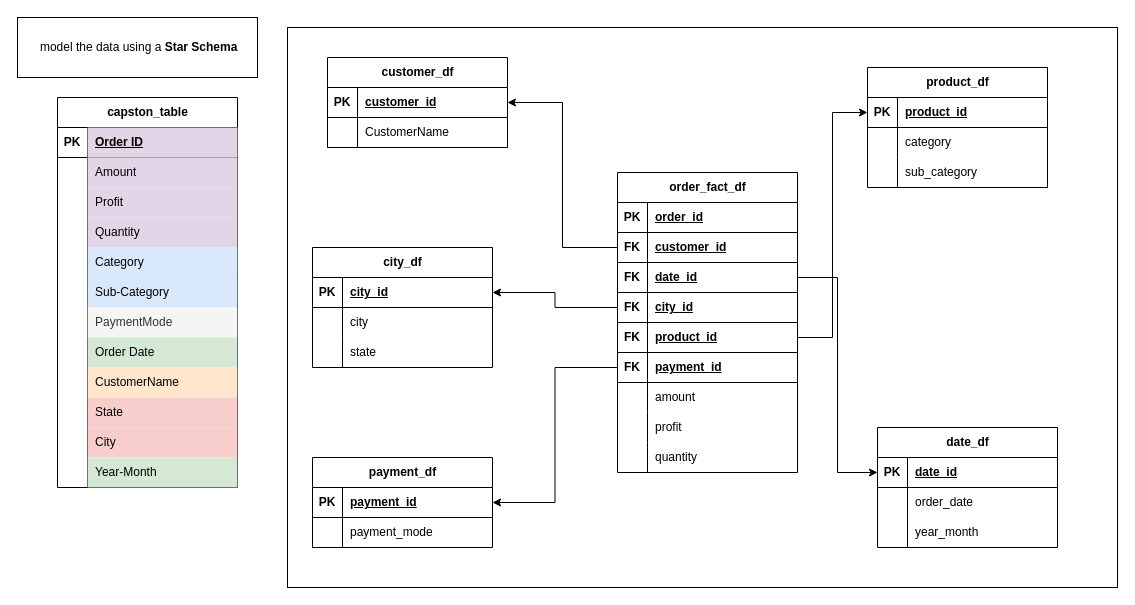
Above: page "Page-1" (1 of 2) of ModelDiagram.drawio in Lekwacious-dev/capstone_project (draw.io), before the change. Source tidied: cells renumbered, new cells numbered last; positions are measured from the earlier drawing's top-left corner, leaving out a move shared by most shapes. Both pictures are drawn from the tidied source at 100%, with x=0, y=0 at pixel (17, 17).
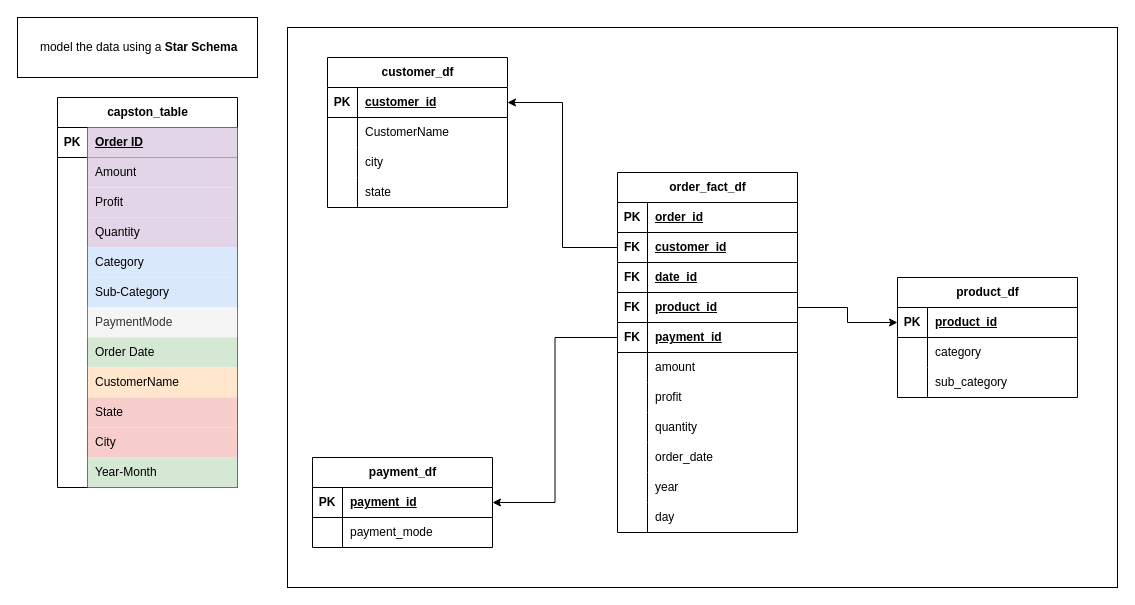
The same page after the edit.

Commit message (it also covers changes not shown here):
Updated ERD model and Table Normalisation, cleaned data update

The change refers to these unchanged cells:
```xml
<mxCell id="92" style="shape=tableRow;horizontal=0;startSize=0;swimlaneHead=0;swimlaneBody=0;fillColor=none;points=[[0,0.5],[1,0.5]];portConstraint=eastwest;top=0;left=0;right=0;bottom=1;" parent="85" vertex="1">
  <mxGeometry y="90" width="180" height="30" as="geometry" />
</mxCell>
```

What changed in the source:
```diff
@@
     <mxCell id="40" value="product_df" style="shape=table;startSize=30;childLayout=tableLayout;rowLines=0;fontStyle=1;align=center;html=1;" parent="1" vertex="1">
-      <mxGeometry x="850" y="50" width="180" height="120" as="geometry" />
+      <mxGeometry x="880" y="260" width="180" height="120" as="geometry" />
     </mxCell>
@@
-    <mxCell id="50" value="city_df" style="shape=table;startSize=30;childLayout=tableLayout;rowLines=0;fontStyle=1;align=center;html=1;" parent="1" vertex="1">
-      <mxGeometry x="295" y="230" width="180" height="120" as="geometry" />
-    </mxCell>
-    <mxCell id="51" style="shape=tableRow;horizontal=0;startSize=0;swimlaneHead=0;swimlaneBody=0;fillColor=none;points=[[0,0.5],[1,0.5]];portConstraint=eastwest;top=0;left=0;right=0;bottom=1;" parent="50" vertex="1">
-      <mxGeometry y="30" width="180" height="30" as="geometry" />
-    </mxCell>
-    <mxCell id="52" value="PK" style="shape=partialRectangle;fillColor=none;top=0;left=0;bottom=0;right=0;fontStyle=1;overflow=hidden;whiteSpace=wrap;html=1;" parent="51" vertex="1">
-      <mxGeometry width="30" height="30" as="geometry" />
-    </mxCell>
-    <mxCell id="53" value="city_id" style="shape=partialRectangle;fillColor=none;top=0;left=0;bottom=0;right=0;align=left;spacingLeft=6;fontStyle=5;overflow=hidden;whiteSpace=wrap;html=1;" parent="51" vertex="1">
-      <mxGeometry x="30" width="150" height="30" as="geometry" />
-    </mxCell>
-    <mxCell id="54" style="shape=tableRow;horizontal=0;startSize=0;swimlaneHead=0;swimlaneBody=0;fillColor=none;top=0;left=0;right=0;bottom=0;" parent="50" vertex="1">
-      <mxGeometry y="60" width="180" height="30" as="geometry" />
-    </mxCell>
-    <mxCell id="55" style="shape=partialRectangle;fillColor=none;top=0;left=0;bottom=0;right=0;overflow=hidden;whiteSpace=wrap;html=1;" parent="54" vertex="1">
-      <mxGeometry width="30" height="30" as="geometry" />
-    </mxCell>
-    <mxCell id="56" value="city" style="shape=partialRectangle;fillColor=none;top=0;left=0;bottom=0;right=0;align=left;spacingLeft=6;overflow=hidden;whiteSpace=wrap;html=1;" parent="54" vertex="1">
-      <mxGeometry x="30" width="150" height="30" as="geometry" />
-    </mxCell>
-    <mxCell id="57" style="shape=tableRow;horizontal=0;startSize=0;swimlaneHead=0;swimlaneBody=0;fillColor=none;top=0;left=0;right=0;bottom=0;" parent="50" vertex="1">
-      <mxGeometry y="90" width="180" height="30" as="geometry" />
-    </mxCell>
-    <mxCell id="58" style="shape=partialRectangle;fillColor=none;top=0;left=0;bottom=0;right=0;overflow=hidden;whiteSpace=wrap;html=1;" parent="57" vertex="1">
-      <mxGeometry width="30" height="30" as="geometry" />
-    </mxCell>
-    <mxCell id="59" value="state" style="shape=partialRectangle;fillColor=none;top=0;left=0;bottom=0;right=0;align=left;spacingLeft=6;overflow=hidden;whiteSpace=wrap;html=1;" parent="57" vertex="1">
-      <mxGeometry x="30" width="150" height="30" as="geometry" />
-    </mxCell>
@@
     <mxCell id="61" value="customer_df" style="shape=table;startSize=30;childLayout=tableLayout;rowLines=0;fontStyle=1;align=center;html=1;" parent="1" vertex="1">
-      <mxGeometry x="310" y="40" width="180" height="90" as="geometry" />
+      <mxGeometry x="310" y="40" width="180" height="150" as="geometry" />
     </mxCell>
@@
-    <mxCell id="68" value="date_df" style="shape=table;startSize=30;childLayout=tableLayout;rowLines=0;fontStyle=1;align=center;html=1;" parent="1" vertex="1">
-      <mxGeometry x="860" y="410" width="180" height="120" as="geometry" />
-    </mxCell>
-    <mxCell id="69" style="shape=tableRow;horizontal=0;startSize=0;swimlaneHead=0;swimlaneBody=0;fillColor=none;points=[[0,0.5],[1,0.5]];portConstraint=eastwest;top=0;left=0;right=0;bottom=1;" parent="68" vertex="1">
-      <mxGeometry y="30" width="180" height="30" as="geometry" />
-    </mxCell>
-    <mxCell id="70" value="PK" style="shape=partialRectangle;fillColor=none;top=0;left=0;bottom=0;right=0;fontStyle=1;overflow=hidden;whiteSpace=wrap;html=1;" parent="69" vertex="1">
-      <mxGeometry width="30" height="30" as="geometry" />
-    </mxCell>
-    <mxCell id="71" value="date_id" style="shape=partialRectangle;fillColor=none;top=0;left=0;bottom=0;right=0;align=left;spacingLeft=6;fontStyle=5;overflow=hidden;whiteSpace=wrap;html=1;" parent="69" vertex="1">
-      <mxGeometry x="30" width="150" height="30" as="geometry" />
-    </mxCell>
-    <mxCell id="72" style="shape=tableRow;horizontal=0;startSize=0;swimlaneHead=0;swimlaneBody=0;fillColor=none;top=0;left=0;right=0;bottom=0;" parent="68" vertex="1">
-      <mxGeometry y="60" width="180" height="30" as="geometry" />
-    </mxCell>
-    <mxCell id="73" style="shape=partialRectangle;fillColor=none;top=0;left=0;bottom=0;right=0;overflow=hidden;whiteSpace=wrap;html=1;" parent="72" vertex="1">
-      <mxGeometry width="30" height="30" as="geometry" />
-    </mxCell>
-    <mxCell id="74" value="order_date" style="shape=partialRectangle;fillColor=none;top=0;left=0;bottom=0;right=0;align=left;spacingLeft=6;overflow=hidden;whiteSpace=wrap;html=1;" parent="72" vertex="1">
-      <mxGeometry x="30" width="150" height="30" as="geometry" />
-    </mxCell>
-    <mxCell id="75" style="shape=tableRow;horizontal=0;startSize=0;swimlaneHead=0;swimlaneBody=0;fillColor=none;top=0;left=0;right=0;bottom=0;" parent="68" vertex="1">
-      <mxGeometry y="90" width="180" height="30" as="geometry" />
-    </mxCell>
-    <mxCell id="76" style="shape=partialRectangle;fillColor=none;top=0;left=0;bottom=0;right=0;overflow=hidden;whiteSpace=wrap;html=1;" parent="75" vertex="1">
-      <mxGeometry width="30" height="30" as="geometry" />
-    </mxCell>
-    <mxCell id="77" value="year_month" style="shape=partialRectangle;fillColor=none;top=0;left=0;bottom=0;right=0;align=left;spacingLeft=6;overflow=hidden;whiteSpace=wrap;html=1;" parent="75" vertex="1">
-      <mxGeometry x="30" width="150" height="30" as="geometry" />
-    </mxCell>
+    <mxCell id="118" style="shape=tableRow;horizontal=0;startSize=0;swimlaneHead=0;swimlaneBody=0;fillColor=none;top=0;left=0;right=0;bottom=0;" parent="61" vertex="1">
+      <mxGeometry y="90" width="180" height="30" as="geometry" />
+    </mxCell>
+    <mxCell id="119" style="shape=partialRectangle;fillColor=none;top=0;left=0;bottom=0;right=0;overflow=hidden;whiteSpace=wrap;html=1;" parent="118" vertex="1">
+      <mxGeometry width="30" height="30" as="geometry" />
+    </mxCell>
+    <mxCell id="56" value="city" style="shape=partialRectangle;fillColor=none;top=0;left=0;bottom=0;right=0;align=left;spacingLeft=6;overflow=hidden;whiteSpace=wrap;html=1;" parent="118" vertex="1">
+      <mxGeometry x="30" width="150" height="30" as="geometry" />
+    </mxCell>
+    <mxCell id="120" style="shape=tableRow;horizontal=0;startSize=0;swimlaneHead=0;swimlaneBody=0;fillColor=none;top=0;left=0;right=0;bottom=0;" parent="61" vertex="1">
+      <mxGeometry y="120" width="180" height="30" as="geometry" />
+    </mxCell>
+    <mxCell id="121" style="shape=partialRectangle;fillColor=none;top=0;left=0;bottom=0;right=0;overflow=hidden;whiteSpace=wrap;html=1;" parent="120" vertex="1">
+      <mxGeometry width="30" height="30" as="geometry" />
+    </mxCell>
+    <mxCell id="59" value="state" style="shape=partialRectangle;fillColor=none;top=0;left=0;bottom=0;right=0;align=left;spacingLeft=6;overflow=hidden;whiteSpace=wrap;html=1;" parent="120" vertex="1">
+      <mxGeometry x="30" width="150" height="30" as="geometry" />
+    </mxCell>
@@
     <mxCell id="85" value="order_fact_df" style="shape=table;startSize=30;childLayout=tableLayout;rowLines=0;fontStyle=1;align=center;html=1;" parent="1" vertex="1">
-      <mxGeometry x="600" y="155" width="180" height="300" as="geometry" />
+      <mxGeometry x="600" y="155" width="180" height="360" as="geometry" />
     </mxCell>
@@
-    <mxCell id="95" style="shape=tableRow;horizontal=0;startSize=0;swimlaneHead=0;swimlaneBody=0;fillColor=none;points=[[0,0.5],[1,0.5]];portConstraint=eastwest;top=0;left=0;right=0;bottom=1;" parent="85" vertex="1">
-      <mxGeometry y="120" width="180" height="30" as="geometry" />
-    </mxCell>
-    <mxCell id="96" value="FK" style="shape=partialRectangle;fillColor=none;top=0;left=0;bottom=0;right=0;fontStyle=1;overflow=hidden;whiteSpace=wrap;html=1;" parent="95" vertex="1">
-      <mxGeometry width="30" height="30" as="geometry" />
-    </mxCell>
-    <mxCell id="97" value="city_id" style="shape=partialRectangle;fillColor=none;top=0;left=0;bottom=0;right=0;align=left;spacingLeft=6;fontStyle=5;overflow=hidden;whiteSpace=wrap;html=1;" parent="95" vertex="1">
-      <mxGeometry x="30" width="150" height="30" as="geometry" />
-    </mxCell>
     <mxCell id="98" style="shape=tableRow;horizontal=0;startSize=0;swimlaneHead=0;swimlaneBody=0;fillColor=none;points=[[0,0.5],[1,0.5]];portConstraint=eastwest;top=0;left=0;right=0;bottom=1;" parent="85" vertex="1">
-      <mxGeometry y="150" width="180" height="30" as="geometry" />
+      <mxGeometry y="120" width="180" height="30" as="geometry" />
     </mxCell>
@@
     <mxCell id="101" style="shape=tableRow;horizontal=0;startSize=0;swimlaneHead=0;swimlaneBody=0;fillColor=none;points=[[0,0.5],[1,0.5]];portConstraint=eastwest;top=0;left=0;right=0;bottom=1;" parent="85" vertex="1">
-      <mxGeometry y="180" width="180" height="30" as="geometry" />
+      <mxGeometry y="150" width="180" height="30" as="geometry" />
     </mxCell>
@@
     <mxCell id="104" style="shape=tableRow;horizontal=0;startSize=0;swimlaneHead=0;swimlaneBody=0;fillColor=none;top=0;left=0;right=0;bottom=0;" parent="85" vertex="1">
-      <mxGeometry y="210" width="180" height="30" as="geometry" />
+      <mxGeometry y="180" width="180" height="30" as="geometry" />
     </mxCell>
@@
     <mxCell id="107" style="shape=tableRow;horizontal=0;startSize=0;swimlaneHead=0;swimlaneBody=0;fillColor=none;top=0;left=0;right=0;bottom=0;" parent="85" vertex="1">
-      <mxGeometry y="240" width="180" height="30" as="geometry" />
+      <mxGeometry y="210" width="180" height="30" as="geometry" />
     </mxCell>
@@
     <mxCell id="110" style="shape=tableRow;horizontal=0;startSize=0;swimlaneHead=0;swimlaneBody=0;fillColor=none;top=0;left=0;right=0;bottom=0;" parent="85" vertex="1">
-      <mxGeometry y="270" width="180" height="30" as="geometry" />
+      <mxGeometry y="240" width="180" height="30" as="geometry" />
     </mxCell>
@@
+    <mxCell id="122" style="shape=tableRow;horizontal=0;startSize=0;swimlaneHead=0;swimlaneBody=0;fillColor=none;top=0;left=0;right=0;bottom=0;" parent="85" vertex="1">
+      <mxGeometry y="270" width="180" height="30" as="geometry" />
+    </mxCell>
+    <mxCell id="123" style="shape=partialRectangle;fillColor=none;top=0;left=0;bottom=0;right=0;overflow=hidden;whiteSpace=wrap;html=1;" parent="122" vertex="1">
+      <mxGeometry width="30" height="30" as="geometry" />
+    </mxCell>
+    <mxCell id="74" value="order_date" style="shape=partialRectangle;fillColor=none;top=0;left=0;bottom=0;right=0;align=left;spacingLeft=6;overflow=hidden;whiteSpace=wrap;html=1;" parent="122" vertex="1">
+      <mxGeometry x="30" width="150" height="30" as="geometry" />
+    </mxCell>
+    <mxCell id="124" style="shape=tableRow;horizontal=0;startSize=0;swimlaneHead=0;swimlaneBody=0;fillColor=none;top=0;left=0;right=0;bottom=0;" parent="85" vertex="1">
+      <mxGeometry y="300" width="180" height="30" as="geometry" />
+    </mxCell>
+    <mxCell id="125" style="shape=partialRectangle;fillColor=none;top=0;left=0;bottom=0;right=0;overflow=hidden;whiteSpace=wrap;html=1;" parent="124" vertex="1">
+      <mxGeometry width="30" height="30" as="geometry" />
+    </mxCell>
+    <mxCell id="126" value="year" style="shape=partialRectangle;fillColor=none;top=0;left=0;bottom=0;right=0;align=left;spacingLeft=6;overflow=hidden;whiteSpace=wrap;html=1;" parent="124" vertex="1">
+      <mxGeometry x="30" width="150" height="30" as="geometry" />
+    </mxCell>
+    <mxCell id="127" style="shape=tableRow;horizontal=0;startSize=0;swimlaneHead=0;swimlaneBody=0;fillColor=none;top=0;left=0;right=0;bottom=0;" parent="85" vertex="1">
+      <mxGeometry y="330" width="180" height="30" as="geometry" />
+    </mxCell>
+    <mxCell id="128" style="shape=partialRectangle;fillColor=none;top=0;left=0;bottom=0;right=0;overflow=hidden;whiteSpace=wrap;html=1;" parent="127" vertex="1">
+      <mxGeometry width="30" height="30" as="geometry" />
+    </mxCell>
+    <mxCell id="129" value="day" style="shape=partialRectangle;fillColor=none;top=0;left=0;bottom=0;right=0;align=left;spacingLeft=6;overflow=hidden;whiteSpace=wrap;html=1;" parent="127" vertex="1">
+      <mxGeometry x="30" width="150" height="30" as="geometry" />
+    </mxCell>
@@
-    <mxCell id="114" style="edgeStyle=orthogonalEdgeStyle;rounded=0;jettySize=auto;html=1;exitX=1;exitY=0.5;exitDx=0;exitDy=0;entryX=0;entryY=0.5;entryDx=0;entryDy=0;" parent="1" edge="1" source="92" target="69">
-      <mxGeometry relative="1" as="geometry" />
-    </mxCell>
-    <mxCell id="115" style="edgeStyle=orthogonalEdgeStyle;rounded=0;jettySize=auto;html=1;exitX=0;exitY=0.5;exitDx=0;exitDy=0;entryX=1;entryY=0.5;entryDx=0;entryDy=0;" parent="1" edge="1" source="95" target="51">
-      <mxGeometry relative="1" as="geometry" />
-    </mxCell>
```
